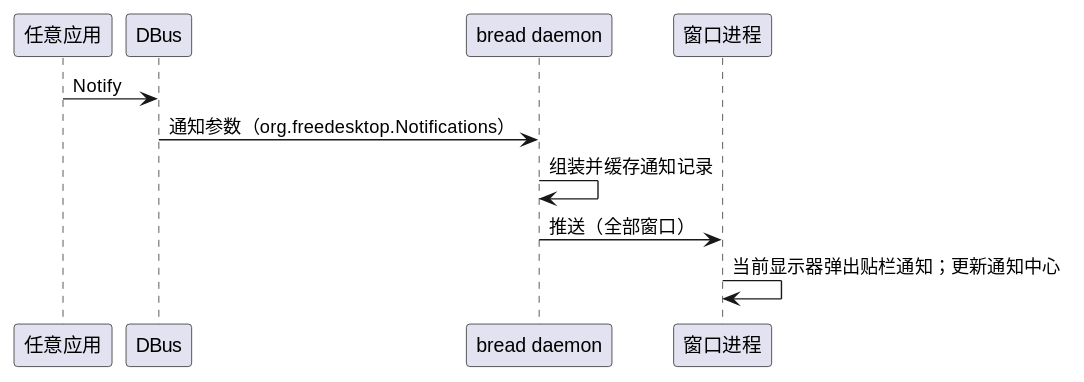
The PlantUML diagram diagram/breadknife-notification.svg in 54m43lJ/BreadKnife, before a commit.
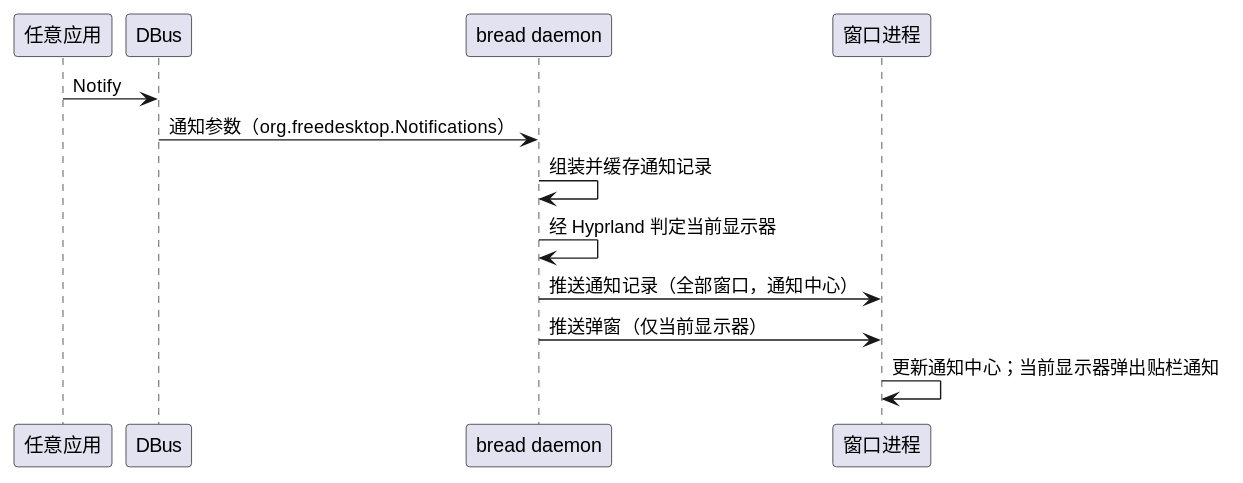
The same diagram one commit later.

The edit, as a diff of the source:
```diff
@@ -7,6 +7,8 @@
 app -> DBus: Notify
 DBus -> daemon: 通知参数（org.freedesktop.Notifications）
 daemon -> daemon: 组装并缓存通知记录
-daemon -> win: 推送（全部窗口）
-win -> win: 当前显示器弹出贴栏通知；更新通知中心
+daemon -> daemon: 经 Hyprland 判定当前显示器
+daemon -> win: 推送通知记录（全部窗口，通知中心）
+daemon -> win: 推送弹窗（仅当前显示器）
+win -> win: 更新通知中心；当前显示器弹出贴栏通知
 @enduml
```
